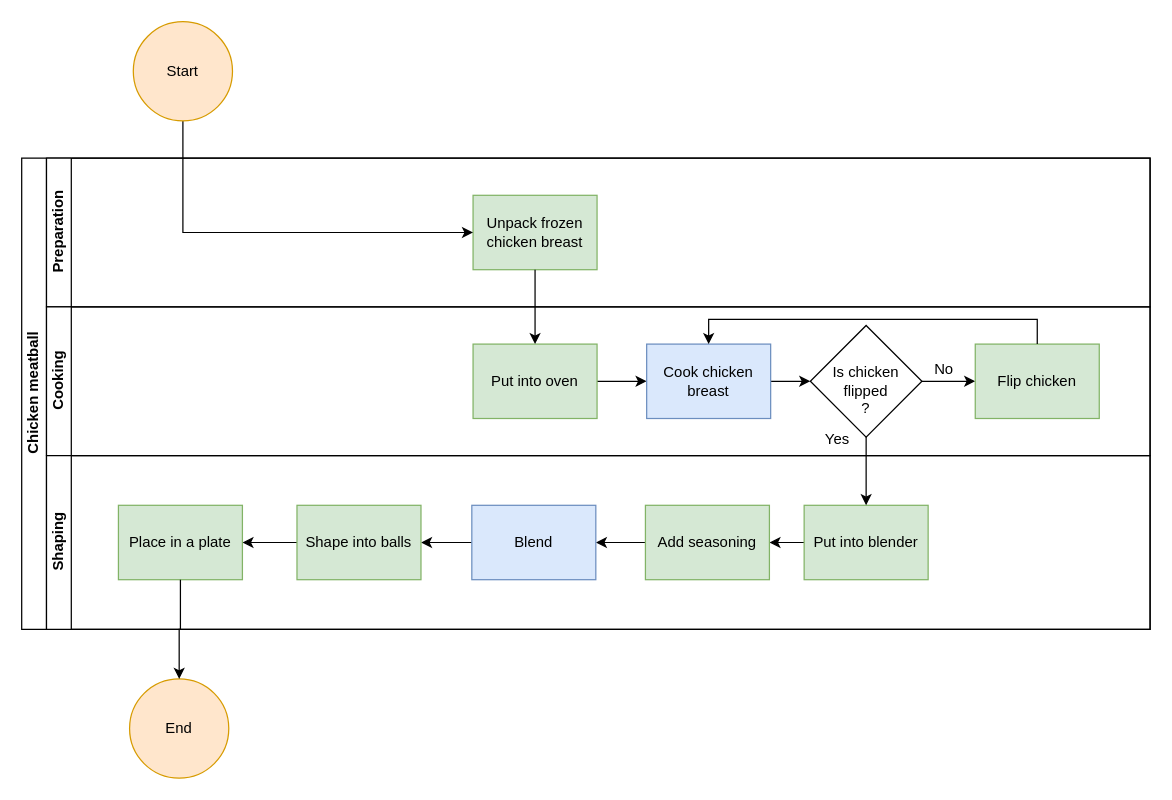
Above: Untitled Diagram.drawio in sorariver/sorariver.github.com- (draw.io), before the change. Source tidied: cells renumbered, new cells numbered last; positions are measured from the earlier drawing's top-left corner, leaving out a move shared by most shapes. Both pictures are drawn from the tidied source at 124%, with x=0, y=0 at pixel (21, 21).
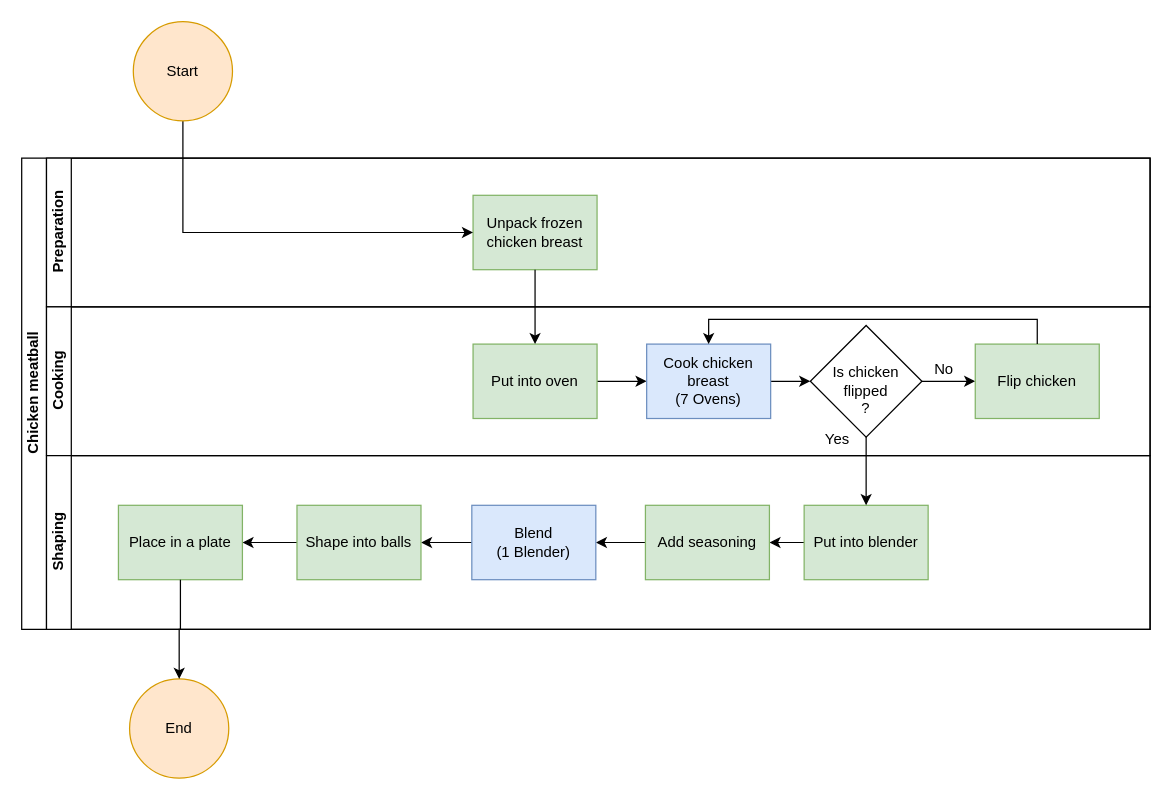
Above is the later version.

The change refers to these unchanged cells:
```xml
<mxCell id="5" value="Cooking" style="swimlane;html=1;startSize=20;horizontal=0;" parent="2" vertex="1">
  <mxGeometry x="20" y="120" width="890" height="120" as="geometry" />
</mxCell>
<mxCell id="16" value="Shaping" style="swimlane;html=1;startSize=20;horizontal=0;" parent="2" vertex="1">
  <mxGeometry x="20" y="240" width="890" height="140" as="geometry" />
</mxCell>
```

What changed in the source:
```diff
@@
-    <mxCell id="9" value="Cook chicken breast" style="whiteSpace=wrap;html=1;rounded=0;fillColor=#dae8fc;strokeColor=#6c8ebf;" parent="5" vertex="1">
+    <mxCell id="9" value="Cook chicken breast&lt;div&gt;(7 Ovens)&lt;/div&gt;" style="whiteSpace=wrap;html=1;rounded=0;fillColor=#dae8fc;strokeColor=#6c8ebf;" parent="5" vertex="1">
       <mxGeometry x="484" y="30" width="100" height="60" as="geometry" />
     </mxCell>
@@
-    <mxCell id="22" value="Blend" style="whiteSpace=wrap;html=1;rounded=0;fillColor=#dae8fc;strokeColor=#6c8ebf;" parent="16" vertex="1">
+    <mxCell id="22" value="Blend&lt;div&gt;(1 Blender)&lt;/div&gt;" style="whiteSpace=wrap;html=1;rounded=0;fillColor=#dae8fc;strokeColor=#6c8ebf;" parent="16" vertex="1">
       <mxGeometry x="343" y="40" width="100" height="60" as="geometry" />
     </mxCell>
```
